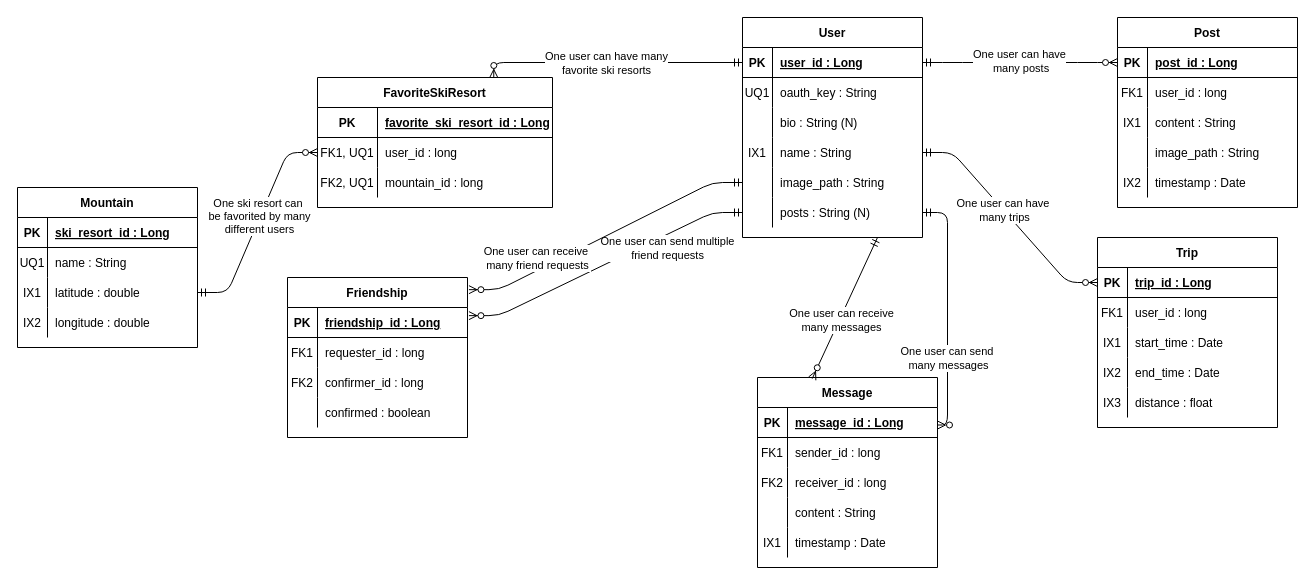
Above: docs/work/powdr-erd.drawio in powdr-ddc/powdr-ddc.github.io (draw.io), before the change. Source tidied: cells renumbered, new cells numbered last; positions are measured from the earlier drawing's top-left corner, leaving out a move shared by most shapes. Both pictures are drawn from the tidied source at 100%, with x=0, y=0 at pixel (17, 17).
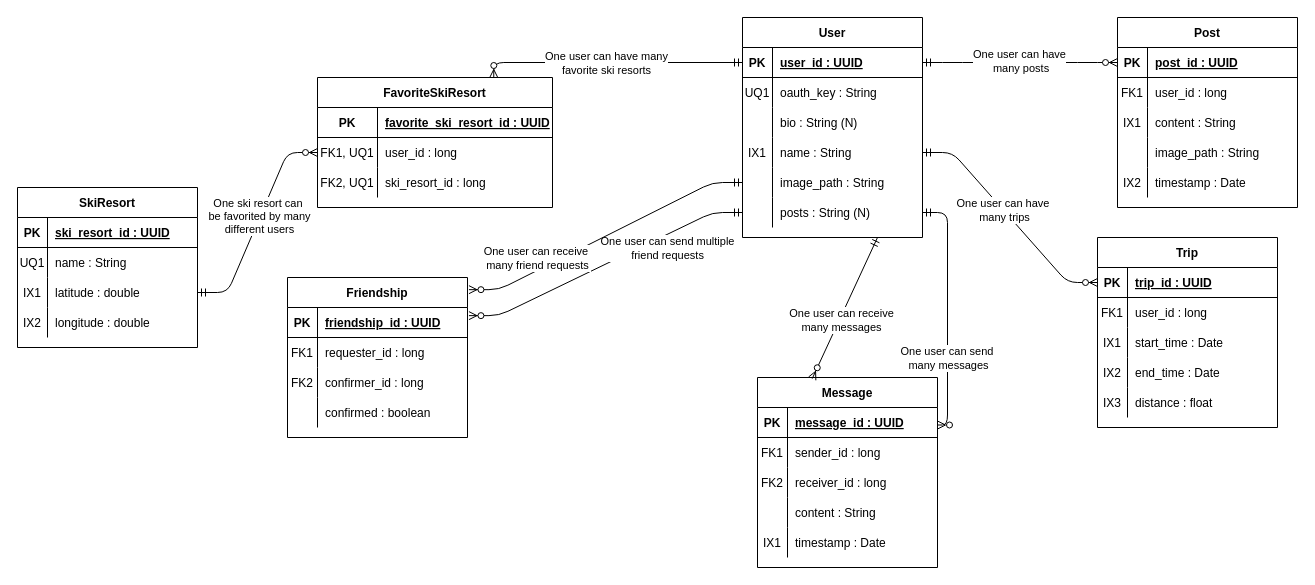
The same page after the edit.

Unchanged cells that the change refers to:
```xml
<mxCell id="3" style="shape=partialRectangle;fillColor=none;top=0;left=0;bottom=1;right=0;points=[[0,0.5],[1,0.5]];portConstraint=eastwest;" parent="2" vertex="1">
  <mxGeometry y="30" width="180" height="30" as="geometry" />
</mxCell>
<mxCell id="27" style="shape=partialRectangle;fillColor=none;top=0;left=0;bottom=1;right=0;" parent="26" vertex="1">
  <mxGeometry y="30" width="235" height="30" as="geometry" />
</mxCell>
<mxCell id="33" style="shape=partialRectangle;fillColor=none;top=0;left=0;bottom=0;right=0;" parent="26" vertex="1">
  <mxGeometry y="90" width="235" height="30" as="geometry" />
</mxCell>
<mxCell id="37" style="shape=partialRectangle;fillColor=none;top=0;left=0;bottom=1;right=0;" parent="36" vertex="1">
  <mxGeometry y="30" width="180" height="30" as="geometry" />
</mxCell>
<mxCell id="52" style="shape=partialRectangle;fillColor=none;top=0;left=0;bottom=1;right=0;points=[[0,0.5],[1,0.5]];portConstraint=eastwest;" parent="51" vertex="1">
  <mxGeometry y="30" width="180" height="30" as="geometry" />
</mxCell>
<mxCell id="68" style="shape=partialRectangle;fillColor=none;top=0;left=0;bottom=1;right=0;" parent="67" vertex="1">
  <mxGeometry y="30" width="180" height="30" as="geometry" />
</mxCell>
<mxCell id="84" style="shape=partialRectangle;fillColor=none;top=0;left=0;bottom=1;right=0;points=[[0,0.5],[1,0.5]];portConstraint=eastwest;" parent="83" vertex="1">
  <mxGeometry y="30" width="180" height="30" as="geometry" />
</mxCell>
<mxCell id="103" style="shape=partialRectangle;fillColor=none;top=0;left=0;bottom=1;right=0;points=[[0,0.5],[1,0.5]];portConstraint=eastwest;" parent="102" vertex="1">
  <mxGeometry y="30" width="180" height="30" as="geometry" />
</mxCell>
```

The edit, as a diff of the source:
```diff
@@
-    <mxCell id="5" value="post_id : Long" style="shape=partialRectangle;fillColor=none;top=0;left=0;bottom=0;right=0;align=left;spacingLeft=6;fontStyle=5;overflow=hidden;" parent="3" vertex="1">
+    <mxCell id="5" value="post_id : UUID" style="shape=partialRectangle;fillColor=none;top=0;left=0;bottom=0;right=0;align=left;spacingLeft=6;fontStyle=5;overflow=hidden;" parent="3" vertex="1">
       <mxGeometry x="30" width="150" height="30" as="geometry" />
     </mxCell>
@@
-    <mxCell id="29" value="favorite_ski_resort_id : Long" style="shape=partialRectangle;fillColor=none;top=0;left=0;bottom=0;right=0;align=left;spacingLeft=6;fontStyle=5;overflow=hidden;" parent="27" vertex="1">
+    <mxCell id="29" value="favorite_ski_resort_id : UUID" style="shape=partialRectangle;fillColor=none;top=0;left=0;bottom=0;right=0;align=left;spacingLeft=6;fontStyle=5;overflow=hidden;" parent="27" vertex="1">
       <mxGeometry x="60" width="175" height="30" as="geometry" />
     </mxCell>
@@
-    <mxCell id="35" value="mountain_id : long" style="shape=partialRectangle;fillColor=none;top=0;left=0;bottom=0;right=0;align=left;spacingLeft=6;overflow=hidden;" parent="33" vertex="1">
+    <mxCell id="35" value="ski_resort_id : long" style="shape=partialRectangle;fillColor=none;top=0;left=0;bottom=0;right=0;align=left;spacingLeft=6;overflow=hidden;" parent="33" vertex="1">
       <mxGeometry x="60" width="175" height="30" as="geometry" />
     </mxCell>
-    <mxCell id="36" value="Mountain" style="shape=table;startSize=30;childLayout=tableLayout;rowLines=0;fontStyle=1;align=center;" parent="1" vertex="1">
+    <mxCell id="36" value="SkiResort" style="shape=table;startSize=30;childLayout=tableLayout;rowLines=0;fontStyle=1;align=center;" parent="1" vertex="1">
       <mxGeometry y="170" width="180" height="160" as="geometry" />
     </mxCell>
@@
-    <mxCell id="39" value="ski_resort_id : Long" style="shape=partialRectangle;fillColor=none;top=0;left=0;bottom=0;right=0;align=left;spacingLeft=6;fontStyle=5;overflow=hidden;" parent="37" vertex="1">
+    <mxCell id="39" value="ski_resort_id : UUID" style="shape=partialRectangle;fillColor=none;top=0;left=0;bottom=0;right=0;align=left;spacingLeft=6;fontStyle=5;overflow=hidden;" parent="37" vertex="1">
       <mxGeometry x="30" width="150" height="30" as="geometry" />
     </mxCell>
@@
-    <mxCell id="54" value="trip_id : Long" style="shape=partialRectangle;fillColor=none;top=0;left=0;bottom=0;right=0;align=left;spacingLeft=6;fontStyle=5;overflow=hidden;" parent="52" vertex="1">
+    <mxCell id="54" value="trip_id : UUID" style="shape=partialRectangle;fillColor=none;top=0;left=0;bottom=0;right=0;align=left;spacingLeft=6;fontStyle=5;overflow=hidden;" parent="52" vertex="1">
       <mxGeometry x="30" width="150" height="30" as="geometry" />
     </mxCell>
@@
-    <mxCell id="70" value="message_id : Long" style="shape=partialRectangle;fillColor=none;top=0;left=0;bottom=0;right=0;align=left;spacingLeft=6;fontStyle=5;overflow=hidden;" parent="68" vertex="1">
+    <mxCell id="70" value="message_id : UUID" style="shape=partialRectangle;fillColor=none;top=0;left=0;bottom=0;right=0;align=left;spacingLeft=6;fontStyle=5;overflow=hidden;" parent="68" vertex="1">
       <mxGeometry x="30" width="150" height="30" as="geometry" />
     </mxCell>
@@
-    <mxCell id="86" value="friendship_id : Long" style="shape=partialRectangle;fillColor=none;top=0;left=0;bottom=0;right=0;align=left;spacingLeft=6;fontStyle=5;overflow=hidden;" parent="84" vertex="1">
+    <mxCell id="86" value="friendship_id : UUID" style="shape=partialRectangle;fillColor=none;top=0;left=0;bottom=0;right=0;align=left;spacingLeft=6;fontStyle=5;overflow=hidden;" parent="84" vertex="1">
       <mxGeometry x="30" width="150" height="30" as="geometry" />
     </mxCell>
@@
-    <mxCell id="105" value="user_id : Long" style="shape=partialRectangle;fillColor=none;top=0;left=0;bottom=0;right=0;align=left;spacingLeft=6;fontStyle=5;overflow=hidden;" parent="103" vertex="1">
+    <mxCell id="105" value="user_id : UUID" style="shape=partialRectangle;fillColor=none;top=0;left=0;bottom=0;right=0;align=left;spacingLeft=6;fontStyle=5;overflow=hidden;" parent="103" vertex="1">
       <mxGeometry x="30" width="150" height="30" as="geometry" />
     </mxCell>
```
